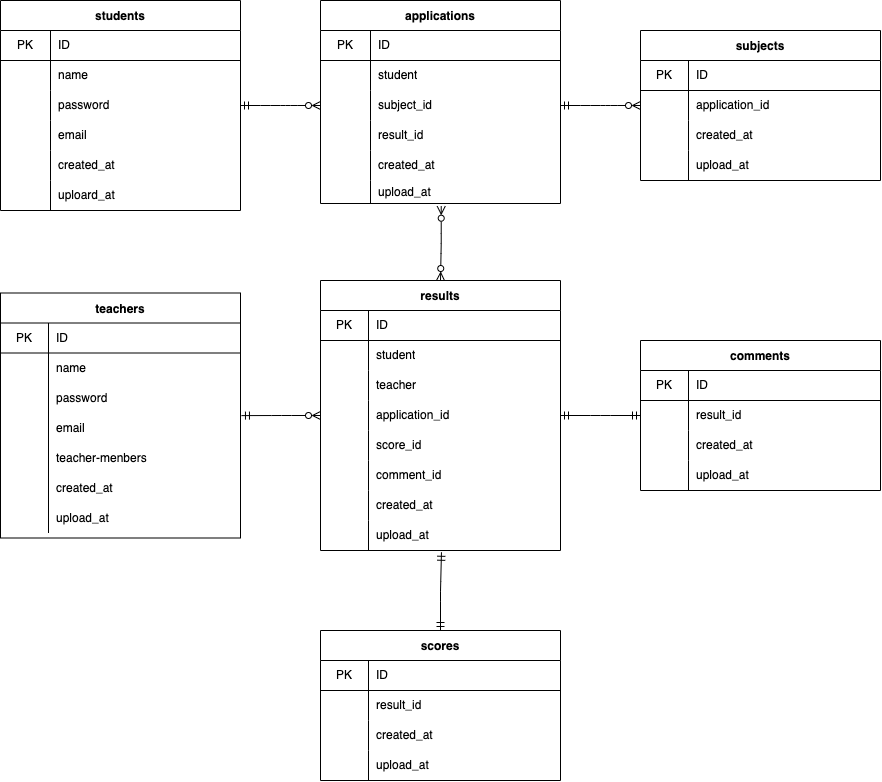
The draw.io diagram index.drawio.png in nishimura87/20220731nishimura, before a commit. Source tidied: cells renumbered, new cells last; positions are measured from the earlier drawing's top-left corner, leaving out a move shared by most shapes.
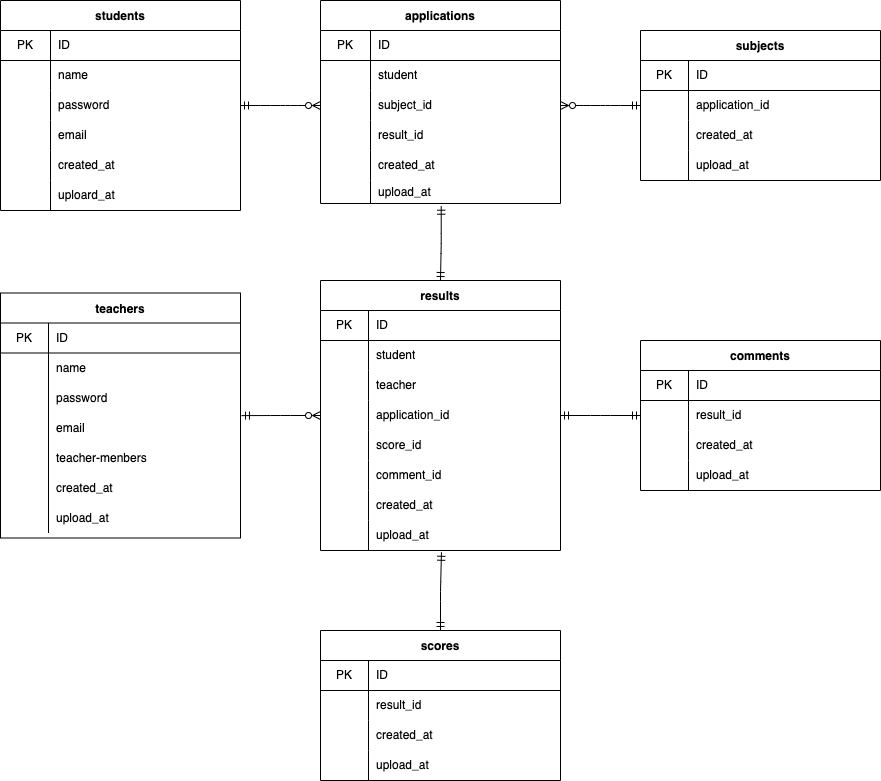
The same file after the commit.

Commit message:
teble関係性の見直し

Diff of the diagram source:
```diff
@@ -185,10 +185,10 @@
     <mxCell id="62" style="endArrow=ERzeroToMany;html=1;exitX=1;exitY=0.5;exitDx=0;exitDy=0;entryX=0;entryY=0.5;entryDx=0;entryDy=0;edgeStyle=entityRelationEdgeStyle;endFill=0;startArrow=ERmandOne;startFill=0;" parent="1" edge="1" source="9" target="28">
       <mxGeometry relative="1" as="geometry" />
     </mxCell>
-    <mxCell id="63" style="endArrow=ERzeroToMany;html=1;edgeStyle=entityRelationEdgeStyle;endFill=0;startArrow=ERmandOne;startFill=0;elbow=vertical;exitX=1;exitY=0.5;exitDx=0;exitDy=0;entryX=0;entryY=0.5;entryDx=0;entryDy=0;" parent="1" edge="1" source="28" target="123">
+    <mxCell id="63" style="endArrow=ERmandOne;html=1;edgeStyle=entityRelationEdgeStyle;endFill=0;startArrow=ERzeroToMany;startFill=0;elbow=vertical;exitX=1;exitY=0.5;exitDx=0;exitDy=0;entryX=0;entryY=0.5;entryDx=0;entryDy=0;" parent="1" edge="1" source="28" target="123">
       <mxGeometry relative="1" as="geometry" />
     </mxCell>
-    <mxCell id="64" style="edgeStyle=elbowEdgeStyle;html=1;startArrow=ERzeroToMany;startFill=0;endArrow=ERzeroToMany;endFill=0;exitX=0.503;exitY=1.118;exitDx=0;exitDy=0;exitPerimeter=0;entryX=0.5;entryY=0;entryDx=0;entryDy=0;elbow=vertical;" parent="1" edge="1" source="37" target="92">
+    <mxCell id="64" style="edgeStyle=elbowEdgeStyle;html=1;startArrow=ERmandOne;startFill=0;endArrow=ERmandOne;endFill=0;exitX=0.503;exitY=1.118;exitDx=0;exitDy=0;exitPerimeter=0;entryX=0.5;entryY=0;entryDx=0;entryDy=0;elbow=vertical;" parent="1" edge="1" source="37" target="92">
       <mxGeometry relative="1" as="geometry" />
     </mxCell>
     <mxCell id="65" value="scores" style="shape=table;startSize=30;rowLines=0;fontStyle=1;align=center;" parent="1" vertex="1">
```
